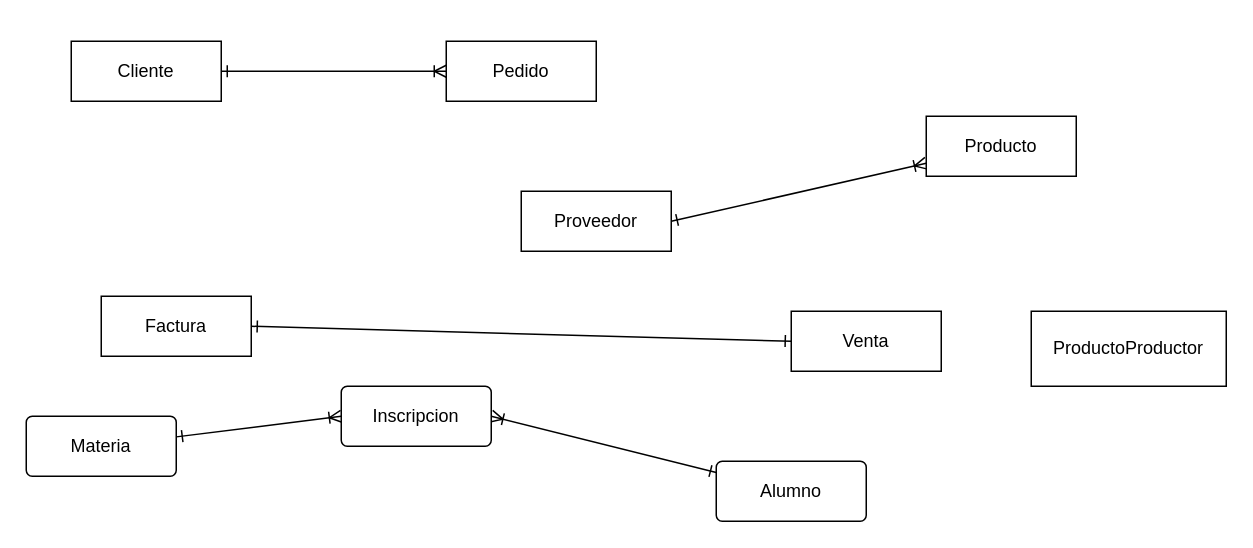
Above: entity.dio in leodufer/diogram (draw.io), before the change. Source tidied: cells renumbered, new cells numbered last; positions are measured from the earlier drawing's top-left corner, leaving out a move shared by most shapes. Both pictures are drawn from the tidied source at 150%, with x=0, y=0 at pixel (26, 40).
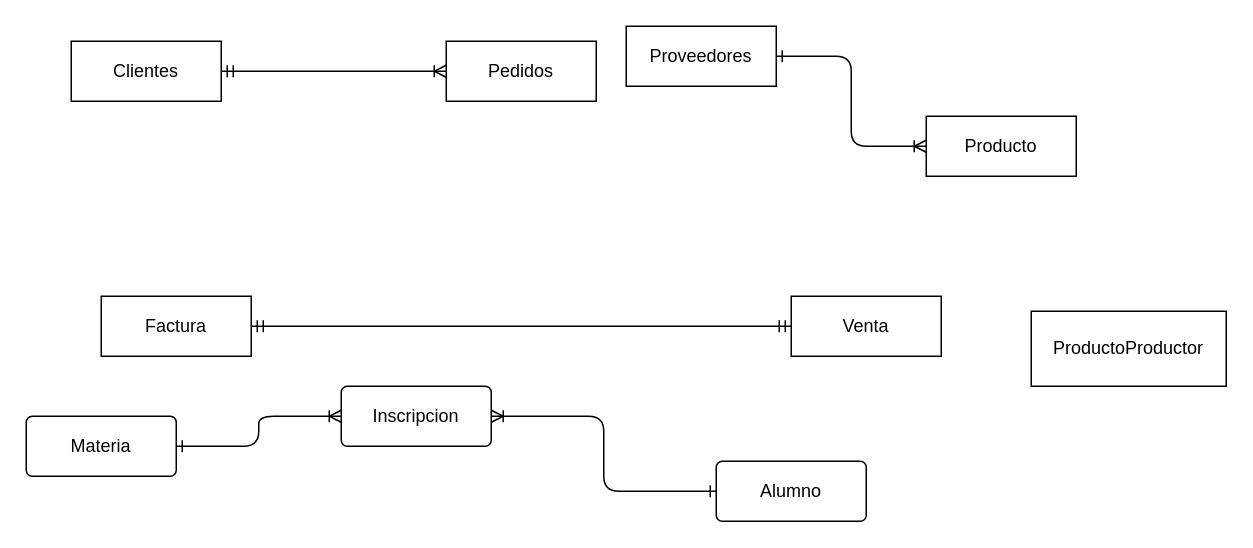
Above is the later version.

Change to the diagram source:
```diff
@@
 <mxGraphModel>
   <root>
     <mxCell id="0" />
     <mxCell id="1" parent="0" />
-    <mxCell id="2" style="edgeStyle=none;html=1;startArrow=ERone;startFill=0;endArrow=ERoneToMany;endFill=0;exitX=1;exitY=0.5;exitDx=0;exitDy=0;" parent="1" edge="1" source="3" target="9">
+    <mxCell id="2" style="edgeStyle=none;html=1;startArrow=ERmandOne;startFill=0;endArrow=ERoneToMany;endFill=0;exitX=1;exitY=0.5;exitDx=0;exitDy=0;" parent="1" edge="1" source="3" target="9">
       <mxGeometry relative="1" as="geometry" />
     </mxCell>
-    <mxCell id="3" value="Cliente" style="whiteSpace=wrap;html=1;align=center;" parent="1" vertex="1">
+    <mxCell id="3" value="Clientes" style="whiteSpace=wrap;html=1;align=center;" parent="1" vertex="1">
       <mxGeometry x="30" width="100" height="40" as="geometry" />
     </mxCell>
-    <mxCell id="4" value="Proveedor" style="whiteSpace=wrap;html=1;align=center;" parent="1" vertex="1">
-      <mxGeometry x="330" y="100" width="100" height="40" as="geometry" />
+    <mxCell id="4" value="Proveedores" style="whiteSpace=wrap;html=1;align=center;" parent="1" vertex="1">
+      <mxGeometry x="400" y="-10" width="100" height="40" as="geometry" />
     </mxCell>
     <mxCell id="5" value="Factura" style="whiteSpace=wrap;html=1;align=center;" parent="1" vertex="1">
       <mxGeometry x="50" y="170" width="100" height="40" as="geometry" />
     </mxCell>
-    <mxCell id="6" style="edgeStyle=none;html=1;startArrow=ERoneToMany;startFill=0;endArrow=ERone;endFill=0;entryX=1;entryY=0.5;entryDx=0;entryDy=0;" parent="1" edge="1" source="7" target="4">
+    <mxCell id="6" style="edgeStyle=elbowEdgeStyle;html=1;startArrow=ERoneToMany;startFill=0;endArrow=ERone;endFill=0;entryX=1;entryY=0.5;entryDx=0;entryDy=0;" parent="1" edge="1" source="7" target="4">
       <mxGeometry relative="1" as="geometry" />
     </mxCell>
     <mxCell id="7" value="Producto" style="whiteSpace=wrap;html=1;align=center;" parent="1" vertex="1">
       <mxGeometry x="600" y="50" width="100" height="40" as="geometry" />
     </mxCell>
     <mxCell id="8" value="ProductoProductor" style="whiteSpace=wrap;html=1;align=center;" parent="1" vertex="1">
       <mxGeometry x="670" y="180" width="130" height="50" as="geometry" />
     </mxCell>
-    <mxCell id="9" value="Pedido" style="whiteSpace=wrap;html=1;align=center;" parent="1" vertex="1">
+    <mxCell id="9" value="Pedidos" style="whiteSpace=wrap;html=1;align=center;" parent="1" vertex="1">
       <mxGeometry x="280" width="100" height="40" as="geometry" />
     </mxCell>
-    <mxCell id="10" style="edgeStyle=none;html=1;startArrow=ERone;startFill=0;endArrow=ERone;endFill=0;exitX=1;exitY=0.5;exitDx=0;exitDy=0;entryX=0;entryY=0.5;entryDx=0;entryDy=0;" parent="1" edge="1" source="5" target="11">
+    <mxCell id="10" style="edgeStyle=entityRelationEdgeStyle;html=1;startArrow=ERmandOne;startFill=0;endArrow=ERmandOne;endFill=0;exitX=1;exitY=0.5;exitDx=0;exitDy=0;entryX=0;entryY=0.5;entryDx=0;entryDy=0;" parent="1" edge="1" source="5" target="11">
       <mxGeometry relative="1" as="geometry" />
     </mxCell>
     <mxCell id="11" value="Venta" style="whiteSpace=wrap;html=1;align=center;" parent="1" vertex="1">
-      <mxGeometry x="510" y="180" width="100" height="40" as="geometry" />
+      <mxGeometry x="510" y="170" width="100" height="40" as="geometry" />
     </mxCell>
-    <mxCell id="12" style="edgeStyle=none;html=1;entryX=1;entryY=0.5;entryDx=0;entryDy=0;startArrow=ERone;startFill=0;endArrow=ERoneToMany;endFill=0;" parent="1" edge="1" source="13" target="16">
+    <mxCell id="12" style="edgeStyle=orthogonalEdgeStyle;html=1;entryX=1;entryY=0.5;entryDx=0;entryDy=0;startArrow=ERone;startFill=0;endArrow=ERoneToMany;endFill=0;" parent="1" edge="1" source="13" target="16">
       <mxGeometry relative="1" as="geometry" />
     </mxCell>
     <mxCell id="13" value="Alumno" style="rounded=1;arcSize=10;whiteSpace=wrap;html=1;align=center;" parent="1" vertex="1">
       <mxGeometry x="460" y="280" width="100" height="40" as="geometry" />
     </mxCell>
-    <mxCell id="14" style="edgeStyle=none;html=1;entryX=0;entryY=0.5;entryDx=0;entryDy=0;startArrow=ERone;startFill=0;endArrow=ERoneToMany;endFill=0;" parent="1" edge="1" source="15" target="16">
+    <mxCell id="14" style="edgeStyle=orthogonalEdgeStyle;html=1;entryX=0;entryY=0.5;entryDx=0;entryDy=0;startArrow=ERone;startFill=0;endArrow=ERoneToMany;endFill=0;" parent="1" edge="1" source="15" target="16">
       <mxGeometry relative="1" as="geometry" />
     </mxCell>
     <mxCell id="15" value="Materia" style="rounded=1;arcSize=10;whiteSpace=wrap;html=1;align=center;" parent="1" vertex="1">
       <mxGeometry y="250" width="100" height="40" as="geometry" />
     </mxCell>
     <mxCell id="16" value="Inscripcion" style="rounded=1;arcSize=10;whiteSpace=wrap;html=1;align=center;" parent="1" vertex="1">
       <mxGeometry x="210" y="230" width="100" height="40" as="geometry" />
     </mxCell>
   </root>
 </mxGraphModel>
```
